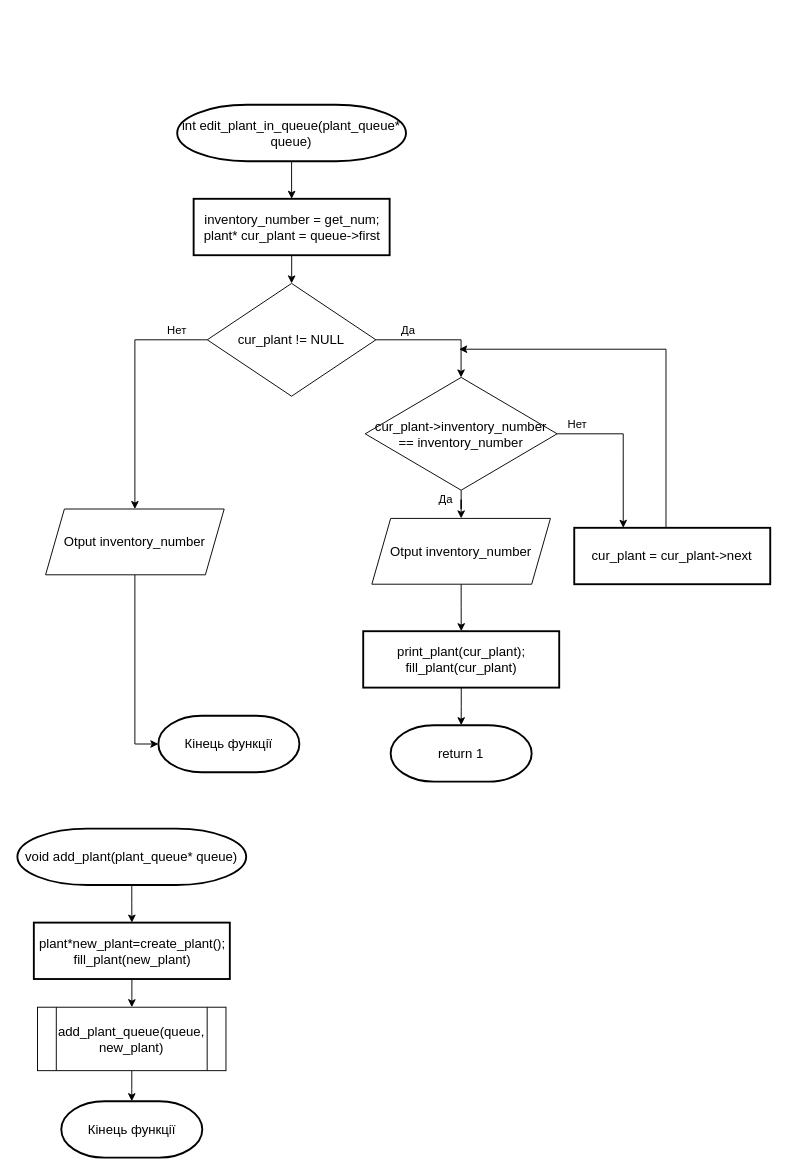
The draw.io diagram page "Страница 4" (5 of 16) of diagram/garden.drawio in Act1on04/CourseWork, before the edit. Source tidied: cells renumbered, new cells numbered last; positions are measured from the earlier drawing's top-left corner, leaving out a move shared by most shapes. Both pictures are drawn from the tidied source at 94%, with x=0, y=0 at pixel (17, 104).
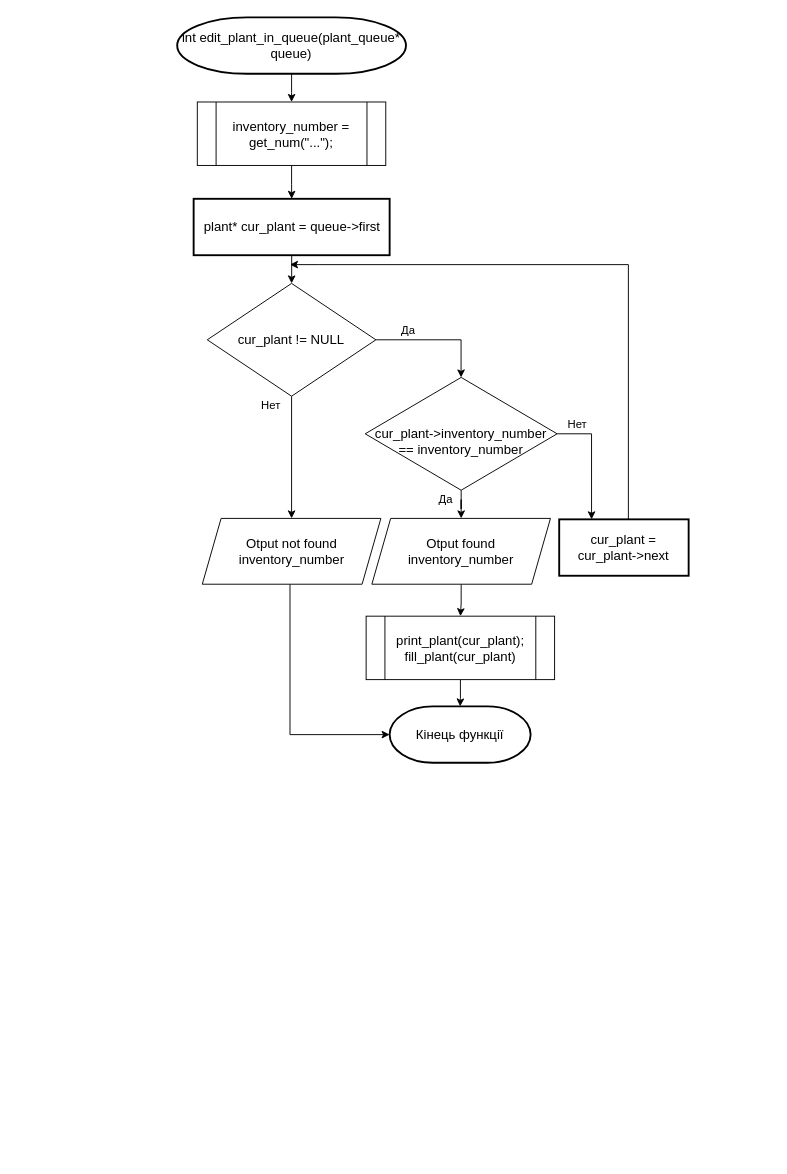
Above is the later version.

The change refers to these unchanged cells:
```xml
<mxCell id="15" value="&lt;font style=&quot;font-size: 14px&quot;&gt;cur_plant != NULL&lt;/font&gt;" style="rhombus;whiteSpace=wrap;html=1;" parent="1" vertex="1">
  <mxGeometry x="202" y="190" width="179.4" height="120" as="geometry" />
</mxCell>
```

The edit, as a diff of the source:
```diff
@@
-    <mxCell id="2" style="edgeStyle=orthogonalEdgeStyle;rounded=0;jettySize=auto;html=1;" parent="1" edge="1" source="3" target="5">
-      <mxGeometry relative="1" as="geometry" />
-    </mxCell>
-    <mxCell id="3" value="&lt;font style=&quot;font-size: 14px&quot;&gt;void add_plant(plant_queue* queue)&lt;/font&gt;" style="strokeWidth=2;html=1;shape=mxgraph.flowchart.terminator;whiteSpace=wrap;" parent="1" vertex="1">
-      <mxGeometry y="770" width="243.4" height="60" as="geometry" />
-    </mxCell>
-    <mxCell id="4" style="edgeStyle=orthogonalEdgeStyle;rounded=0;jettySize=auto;html=1;" parent="1" edge="1" source="5" target="7">
-      <mxGeometry relative="1" as="geometry" />
-    </mxCell>
-    <mxCell id="5" value="&lt;span style=&quot;font-size: 14px;&quot;&gt;plant*new_plant=create_plant();&lt;/span&gt;&lt;br&gt;&lt;span style=&quot;font-size: 14px;&quot;&gt;fill_plant(new_plant)&lt;/span&gt;" style="whiteSpace=wrap;html=1;strokeWidth=2;align=center;" parent="1" vertex="1">
-      <mxGeometry x="17.5" y="870" width="208.5" height="60" as="geometry" />
-    </mxCell>
-    <mxCell id="6" style="edgeStyle=orthogonalEdgeStyle;rounded=0;jettySize=auto;html=1;" parent="1" edge="1" source="7" target="8">
-      <mxGeometry relative="1" as="geometry" />
-    </mxCell>
-    <mxCell id="7" value="&lt;font style=&quot;font-size: 14px&quot;&gt;add_plant_queue(queue, new_plant)&lt;/font&gt;" style="shape=process;whiteSpace=wrap;html=1;backgroundOutline=1;fillColor=#FFFFFF;" parent="1" vertex="1">
-      <mxGeometry x="21.4" y="960" width="200.5" height="67.5" as="geometry" />
-    </mxCell>
-    <mxCell id="8" value="&lt;font style=&quot;font-size: 14px&quot;&gt;Кінець функції&lt;/font&gt;" style="strokeWidth=2;html=1;shape=mxgraph.flowchart.terminator;whiteSpace=wrap;" parent="1" vertex="1">
-      <mxGeometry x="46.7" y="1060" width="150" height="60" as="geometry" />
-    </mxCell>
-    <mxCell id="9" style="edgeStyle=orthogonalEdgeStyle;rounded=0;jettySize=auto;html=1;" parent="1" edge="1" source="10" target="12">
-      <mxGeometry relative="1" as="geometry" />
-    </mxCell>
+    <mxCell id="33" style="edgeStyle=orthogonalEdgeStyle;rounded=0;jettySize=auto;html=1;" parent="1" edge="1" source="10" target="35">
+      <mxGeometry relative="1" as="geometry" />
+    </mxCell>
     <mxCell id="10" value="&lt;font style=&quot;font-size: 14px&quot;&gt;int edit_plant_in_queue(plant_queue* queue)&lt;/font&gt;" style="strokeWidth=2;html=1;shape=mxgraph.flowchart.terminator;whiteSpace=wrap;" parent="1" vertex="1">
-      <mxGeometry x="170" width="243.4" height="60" as="geometry" />
+      <mxGeometry x="170" y="-93" width="243.4" height="60" as="geometry" />
     </mxCell>
@@
-    <mxCell id="12" value="&lt;span style=&quot;font-size: 14px;&quot;&gt;inventory_number = get_num;&lt;br&gt;plant* cur_plant = queue-&amp;gt;first&lt;/span&gt;" style="whiteSpace=wrap;html=1;strokeWidth=2;align=center;" parent="1" vertex="1">
+    <mxCell id="12" value="&lt;span style=&quot;font-size: 14px;&quot;&gt;plant* cur_plant = queue-&amp;gt;first&lt;/span&gt;" style="whiteSpace=wrap;html=1;strokeWidth=2;align=center;" parent="1" vertex="1">
       <mxGeometry x="187.5" y="100" width="208.5" height="60" as="geometry" />
     </mxCell>
     <mxCell id="13" style="edgeStyle=orthogonalEdgeStyle;rounded=0;jettySize=auto;html=1;entryX=0.5;entryY=0;entryDx=0;entryDy=0;" parent="1" edge="1" source="15" target="27">
       <mxGeometry relative="1" as="geometry">
         <Array as="points">
-          <mxPoint x="125" y="250" />
+          <mxPoint x="292" y="440" />
         </Array>
       </mxGeometry>
     </mxCell>
@@
-    <mxCell id="18" value="&lt;font style=&quot;font-size: 14px&quot;&gt;cur_plant-&amp;gt;inventory_number == inventory_number&lt;/font&gt;" style="rhombus;whiteSpace=wrap;html=1;" parent="1" vertex="1">
+    <mxCell id="18" value="&lt;font style=&quot;font-size: 14px&quot;&gt;&lt;br&gt;cur_plant-&amp;gt;inventory_number == inventory_number&lt;/font&gt;" style="rhombus;whiteSpace=wrap;html=1;" parent="1" vertex="1">
       <mxGeometry x="370" y="290" width="204.2" height="120" as="geometry" />
     </mxCell>
@@
-    <mxCell id="20" value="&lt;span style=&quot;font-size: 14px;&quot;&gt;Otput&amp;nbsp;inventory_number&lt;/span&gt;" style="shape=parallelogram;perimeter=parallelogramPerimeter;whiteSpace=wrap;html=1;fixedSize=1;" parent="1" vertex="1">
+    <mxCell id="20" value="&lt;span style=&quot;font-size: 14px;&quot;&gt;Otput found inventory_number&lt;/span&gt;" style="shape=parallelogram;perimeter=parallelogramPerimeter;whiteSpace=wrap;html=1;fixedSize=1;" parent="1" vertex="1">
       <mxGeometry x="377.1" y="440" width="190" height="70" as="geometry" />
     </mxCell>
-    <mxCell id="21" style="edgeStyle=orthogonalEdgeStyle;rounded=0;jettySize=auto;html=1;" parent="1" edge="1" source="22" target="23">
-      <mxGeometry relative="1" as="geometry" />
-    </mxCell>
-    <mxCell id="22" value="&lt;span style=&quot;font-size: 14px;&quot;&gt;print_plant(cur_plant);&lt;br&gt;fill_plant(cur_plant)&lt;/span&gt;" style="whiteSpace=wrap;html=1;strokeWidth=2;align=center;" parent="1" vertex="1">
-      <mxGeometry x="367.9" y="560" width="208.5" height="60" as="geometry" />
-    </mxCell>
-    <mxCell id="23" value="&lt;font style=&quot;font-size: 14px&quot;&gt;return 1&lt;/font&gt;" style="strokeWidth=2;html=1;shape=mxgraph.flowchart.terminator;whiteSpace=wrap;" parent="1" vertex="1">
-      <mxGeometry x="397.1" y="660" width="150" height="60" as="geometry" />
-    </mxCell>
     <mxCell id="24" style="edgeStyle=orthogonalEdgeStyle;rounded=0;jettySize=auto;html=1;" parent="1" edge="1" source="25">
       <mxGeometry relative="1" as="geometry">
-        <mxPoint x="470" y="260" as="targetPoint" />
+        <mxPoint x="290" y="170" as="targetPoint" />
         <Array as="points">
-          <mxPoint x="690" y="260" />
+          <mxPoint x="650" y="170" />
+          <mxPoint x="320" y="170" />
         </Array>
       </mxGeometry>
     </mxCell>
-    <mxCell id="25" value="&lt;span style=&quot;font-size: 14px;&quot;&gt;cur_plant = cur_plant-&amp;gt;next&lt;/span&gt;" style="whiteSpace=wrap;html=1;strokeWidth=2;align=center;" parent="1" vertex="1">
-      <mxGeometry x="592.4" y="450" width="208.5" height="60" as="geometry" />
+    <mxCell id="25" value="&lt;span style=&quot;font-size: 14px;&quot;&gt;cur_plant = &lt;br&gt;cur_plant-&amp;gt;next&lt;/span&gt;" style="whiteSpace=wrap;html=1;strokeWidth=2;align=center;" parent="1" vertex="1">
+      <mxGeometry x="576.4" y="441" width="137.7" height="60" as="geometry" />
     </mxCell>
     <mxCell id="26" style="edgeStyle=orthogonalEdgeStyle;rounded=0;jettySize=auto;html=1;entryX=0;entryY=0.5;entryDx=0;entryDy=0;entryPerimeter=0;" parent="1" edge="1" source="27" target="28">
-      <mxGeometry relative="1" as="geometry" />
+      <mxGeometry relative="1" as="geometry">
+        <Array as="points">
+          <mxPoint x="290" y="670" />
+          <mxPoint x="392" y="670" />
+        </Array>
+      </mxGeometry>
     </mxCell>
-    <mxCell id="27" value="&lt;span style=&quot;font-size: 14px;&quot;&gt;Otput&amp;nbsp;inventory_number&lt;/span&gt;" style="shape=parallelogram;perimeter=parallelogramPerimeter;whiteSpace=wrap;html=1;fixedSize=1;" parent="1" vertex="1">
-      <mxGeometry x="30" y="430" width="190" height="70" as="geometry" />
+    <mxCell id="27" value="&lt;span style=&quot;font-size: 14px;&quot;&gt;Otput not found inventory_number&lt;/span&gt;" style="shape=parallelogram;perimeter=parallelogramPerimeter;whiteSpace=wrap;html=1;fixedSize=1;" parent="1" vertex="1">
+      <mxGeometry x="196.7" y="440" width="190" height="70" as="geometry" />
     </mxCell>
     <mxCell id="28" value="&lt;font style=&quot;font-size: 14px&quot;&gt;Кінець функції&lt;/font&gt;" style="strokeWidth=2;html=1;shape=mxgraph.flowchart.terminator;whiteSpace=wrap;" parent="1" vertex="1">
-      <mxGeometry x="150" y="650" width="150" height="60" as="geometry" />
+      <mxGeometry x="396" y="640" width="150" height="60" as="geometry" />
     </mxCell>
     <mxCell id="29" value="Нет" style="text;html=1;strokeColor=none;fillColor=none;align=center;verticalAlign=middle;whiteSpace=wrap;rounded=0;" parent="1" vertex="1">
-      <mxGeometry x="150" y="230" width="40" height="20" as="geometry" />
+      <mxGeometry x="250" y="310" width="40" height="20" as="geometry" />
     </mxCell>
@@
+    <mxCell id="34" style="edgeStyle=orthogonalEdgeStyle;rounded=0;jettySize=auto;html=1;" parent="1" edge="1" source="35" target="12">
+      <mxGeometry relative="1" as="geometry" />
+    </mxCell>
+    <mxCell id="35" value="&lt;span style=&quot;font-size: 14px;&quot;&gt;inventory_number = get_num(&quot;...&quot;);&lt;/span&gt;" style="shape=process;whiteSpace=wrap;html=1;backgroundOutline=1;fillColor=#FFFFFF;" parent="1" vertex="1">
+      <mxGeometry x="191.4" y="-3" width="200.5" height="67.5" as="geometry" />
+    </mxCell>
+    <mxCell id="36" style="edgeStyle=orthogonalEdgeStyle;rounded=0;jettySize=auto;html=1;" parent="1" edge="1" source="22" target="28">
+      <mxGeometry relative="1" as="geometry" />
+    </mxCell>
+    <mxCell id="22" value="&lt;span style=&quot;font-size: 14px;&quot;&gt;print_plant(cur_plant);&lt;/span&gt;&lt;br style=&quot;font-size: 14px;&quot;&gt;&lt;span style=&quot;font-size: 14px;&quot;&gt;fill_plant(cur_plant)&lt;/span&gt;" style="shape=process;whiteSpace=wrap;html=1;backgroundOutline=1;fillColor=#FFFFFF;" parent="1" vertex="1">
+      <mxGeometry x="371" y="544" width="200.5" height="67.5" as="geometry" />
+    </mxCell>
```
